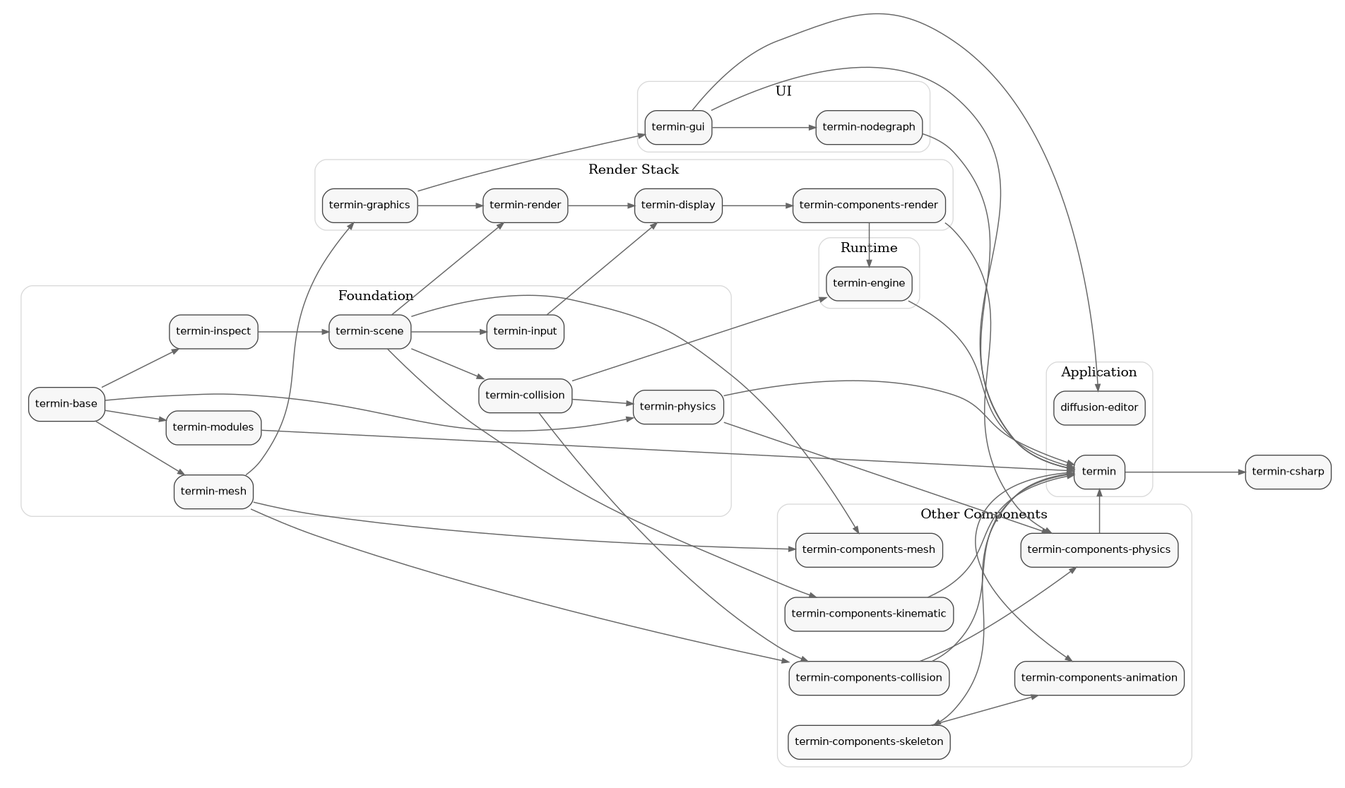
Before: docs/library-dependencies.png, a diagram exported from Graphviz (mirmik/termin). Its source is kept beside it as docs/library-dependencies.dot.
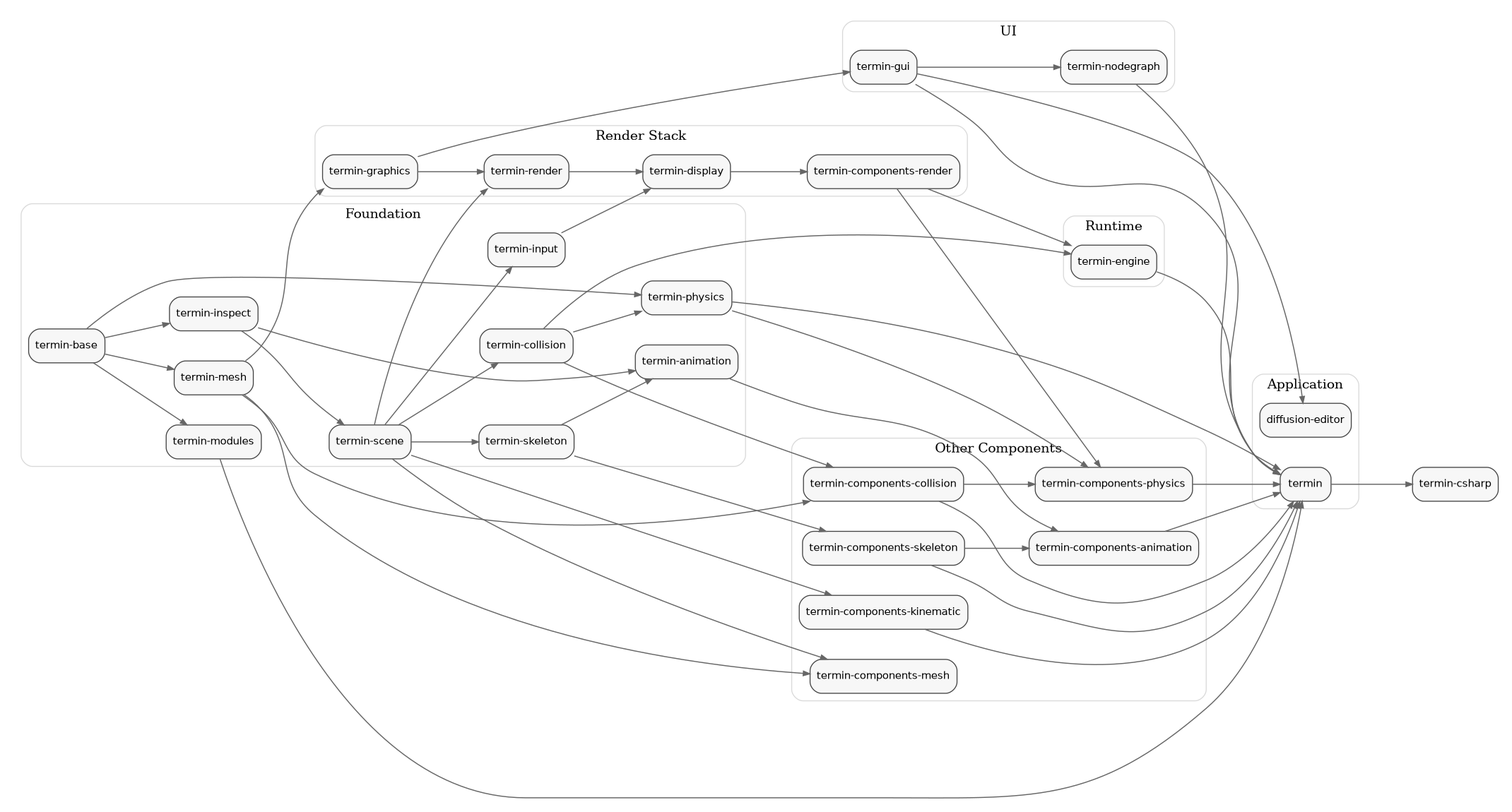
Above is the later version.

Diff of the diagram source:
```diff
@@ -32,6 +32,8 @@
 		"termin-modules";
 		"termin-collision";
 		"termin-physics";
+		"termin-skeleton";
+		"termin-animation";
 	}
 	subgraph cluster_render {
 		graph [color="#d9d9d9",
@@ -96,6 +98,9 @@
 	"termin-collision" -> "termin-engine";
 	"termin-collision" -> "termin-components-collision";
 	"termin-collision" -> "termin-physics";
+	"termin-scene" -> "termin-skeleton";
+	"termin-inspect" -> "termin-animation";
+	"termin-skeleton" -> "termin-animation";
 	"termin-graphics" -> "termin-render";
 	"termin-graphics" -> "termin-gui";
 	"termin-render" -> "termin-display";
@@ -103,10 +108,12 @@
 	"termin-physics" -> "termin-components-physics";
 	"termin-components-collision" -> "termin-components-physics";
 	"termin-components-render" -> "termin-components-physics";
-	termin -> "termin-components-skeleton";
-	termin -> "termin-components-animation";
+	"termin-skeleton" -> "termin-components-skeleton";
+	"termin-animation" -> "termin-components-animation";
 	"termin-components-skeleton" -> "termin-components-animation";
 	"termin-components-render" -> "termin-engine";
+	"termin-components-skeleton" -> termin;
+	"termin-components-animation" -> termin;
 	"termin-components-collision" -> termin;
 	"termin-components-kinematic" -> termin;
 	"termin-components-physics" -> termin;
```
